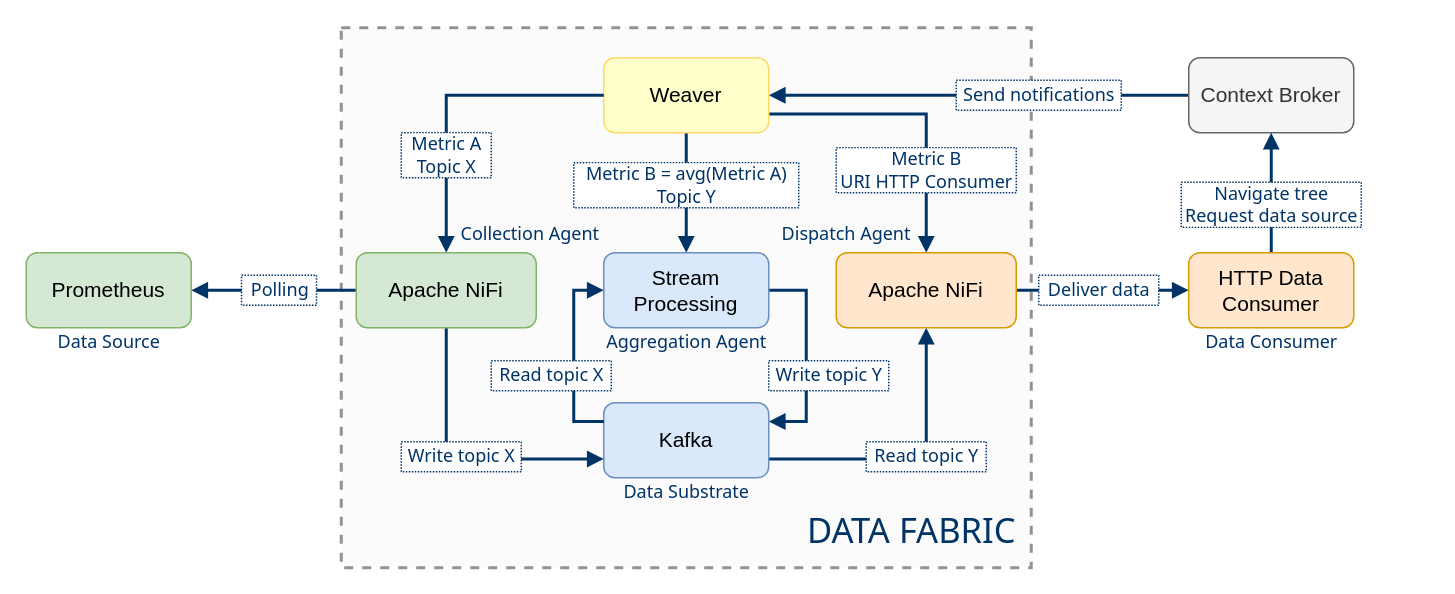
Above: page "data fabric example" (3 of 7) of docs/semantic aggregator.drawio in giros-dit/semantic-data-aggregator (draw.io), before the change. Source tidied: cells renumbered, new cells numbered last; positions are measured from the earlier drawing's top-left corner, leaving out a move shared by most shapes. Both pictures are drawn from the tidied source at 150%, with x=0, y=0 at pixel (26, 27).
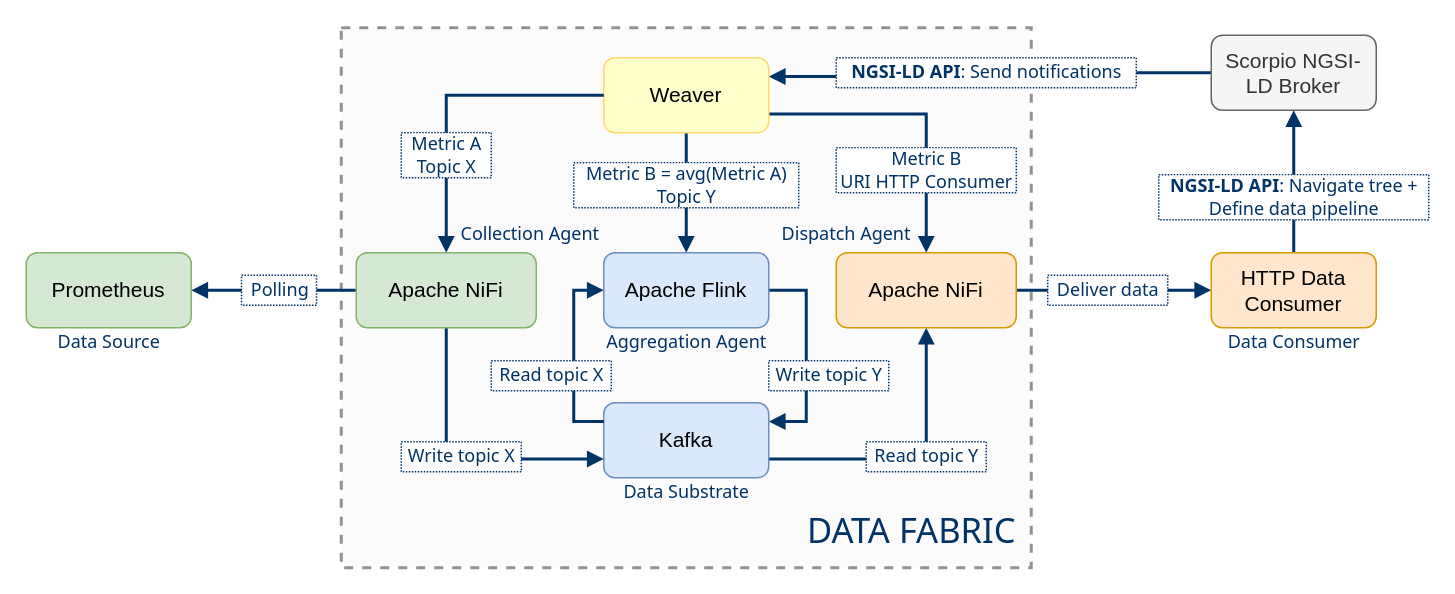
The same diagram, later.

Commit message (it also covers changes not shown here):
[S-23] Update data fabric diagrams for WP4

The change refers to these unchanged cells:
```xml
<mxCell id="12" value="Weaver" style="rounded=1;whiteSpace=wrap;html=1;fontFamily=Helvetica;fontSize=14;strokeColor=#FFD966;fillColor=#FFFFCC;" parent="1" vertex="1">
  <mxGeometry x="385" y="20" width="110" height="50" as="geometry" />
</mxCell>
```

The edit, as a diff of the source:
```diff
@@
-    <mxCell id="9" style="edgeStyle=orthogonalEdgeStyle;rounded=0;jettySize=auto;html=1;exitX=0;exitY=0.5;exitDx=0;exitDy=0;entryX=1;entryY=0.5;entryDx=0;entryDy=0;startArrow=none;startFill=0;endArrow=block;endFill=1;fontColor=#003366;strokeColor=#003366;strokeWidth=2;gradientColor=none;" parent="1" edge="1" source="13" target="12">
+    <mxCell id="9" style="edgeStyle=orthogonalEdgeStyle;rounded=0;jettySize=auto;html=1;exitX=0;exitY=0.5;exitDx=0;exitDy=0;entryX=1;entryY=0.25;entryDx=0;entryDy=0;startArrow=none;startFill=0;endArrow=block;endFill=1;fontColor=#003366;strokeColor=#003366;strokeWidth=2;gradientColor=none;" parent="1" edge="1" source="13" target="12">
       <mxGeometry relative="1" as="geometry" />
     </mxCell>
@@
-    <mxCell id="13" value="Context Broker" style="rounded=1;whiteSpace=wrap;html=1;fontFamily=Helvetica;fillColor=#f5f5f5;strokeColor=#666666;fontColor=#333333;fontSize=14;" parent="1" vertex="1">
-      <mxGeometry x="775" y="20" width="110" height="50" as="geometry" />
+    <mxCell id="13" value="Scorpio NGSI-LD Broker" style="rounded=1;whiteSpace=wrap;html=1;fontFamily=Helvetica;fillColor=#f5f5f5;strokeColor=#666666;fontColor=#333333;fontSize=14;" parent="1" vertex="1">
+      <mxGeometry x="790" y="5" width="110" height="50" as="geometry" />
     </mxCell>
@@
     <mxCell id="15" value="HTTP Data Consumer" style="rounded=1;whiteSpace=wrap;html=1;fontFamily=Helvetica;fillColor=#ffe6cc;strokeColor=#d79b00;fontSize=14;" parent="1" vertex="1">
-      <mxGeometry x="775" y="150" width="110" height="50" as="geometry" />
+      <mxGeometry x="790" y="150" width="110" height="50" as="geometry" />
     </mxCell>
@@
-    <mxCell id="21" value="Stream &lt;br style=&quot;font-size: 14px;&quot;&gt;Processing" style="rounded=1;whiteSpace=wrap;html=1;fontFamily=Helvetica;fillColor=#dae8fc;strokeColor=#6c8ebf;fontSize=14;" parent="1" vertex="1">
+    <mxCell id="21" value="Apache Flink" style="rounded=1;whiteSpace=wrap;html=1;fontFamily=Helvetica;fillColor=#dae8fc;strokeColor=#6c8ebf;fontSize=14;" parent="1" vertex="1">
       <mxGeometry x="385" y="150" width="110" height="50" as="geometry" />
     </mxCell>
@@
     <mxCell id="28" value="Data Consumer" style="text;html=1;align=center;verticalAlign=middle;fontSize=12;fontFamily=Tahoma;fontColor=#003366;" parent="1" vertex="1">
-      <mxGeometry x="780" y="200" width="100" height="20" as="geometry" />
+      <mxGeometry x="795" y="200" width="100" height="20" as="geometry" />
     </mxCell>
@@
     <mxCell id="35" value="&lt;font style=&quot;font-size: 12px&quot;&gt;Deliver data&lt;/font&gt;" style="text;html=1;align=center;verticalAlign=middle;rounded=0;fontSize=10;fontColor=#003366;strokeColor=#003366;strokeWidth=1;labelBackgroundColor=#ffffff;endFill=1;endArrow=block;startFill=0;startArrow=none;fillColor=#ffffff;dashed=1;dashPattern=1 1;fontFamily=Tahoma;" parent="1" vertex="1">
-      <mxGeometry x="675" y="165" width="80" height="20" as="geometry" />
+      <mxGeometry x="681" y="165" width="80" height="20" as="geometry" />
     </mxCell>
@@
-    <mxCell id="38" value="&lt;font style=&quot;font-size: 12px&quot;&gt;Navigate tree&lt;br&gt;Request data source&lt;br&gt;&lt;/font&gt;" style="text;html=1;align=center;verticalAlign=middle;rounded=0;fontSize=10;fontColor=#003366;strokeColor=#003366;strokeWidth=1;labelBackgroundColor=#ffffff;endFill=1;endArrow=block;startFill=0;startArrow=none;fillColor=#ffffff;dashed=1;dashPattern=1 1;fontFamily=Tahoma;" parent="1" vertex="1">
-      <mxGeometry x="770" y="103" width="120" height="30" as="geometry" />
+    <mxCell id="38" value="&lt;font style=&quot;font-size: 12px&quot;&gt;&lt;b&gt;NGSI-LD API&lt;/b&gt;: Navigate tree +&lt;br&gt;Define data pipeline&lt;br&gt;&lt;/font&gt;" style="text;html=1;align=center;verticalAlign=middle;rounded=0;fontSize=10;fontColor=#003366;strokeColor=#003366;strokeWidth=1;labelBackgroundColor=#ffffff;endFill=1;endArrow=block;startFill=0;startArrow=none;fillColor=#ffffff;dashed=1;dashPattern=1 1;fontFamily=Tahoma;" parent="1" vertex="1">
+      <mxGeometry x="755" y="98" width="180" height="30" as="geometry" />
     </mxCell>
-    <mxCell id="39" value="&lt;font style=&quot;font-size: 12px&quot;&gt;Send notifications&lt;br&gt;&lt;/font&gt;" style="text;html=1;align=center;verticalAlign=middle;rounded=0;fontSize=10;fontColor=#003366;strokeColor=#003366;strokeWidth=1;labelBackgroundColor=#ffffff;endFill=1;endArrow=block;startFill=0;startArrow=none;fillColor=#ffffff;dashed=1;dashPattern=1 1;fontFamily=Tahoma;" parent="1" vertex="1">
-      <mxGeometry x="620" y="35" width="110" height="20" as="geometry" />
+    <mxCell id="39" value="&lt;font style=&quot;font-size: 12px&quot;&gt;&lt;b&gt;NGSI-LD API&lt;/b&gt;: Send notifications&lt;br&gt;&lt;/font&gt;" style="text;html=1;align=center;verticalAlign=middle;rounded=0;fontSize=10;fontColor=#003366;strokeColor=#003366;strokeWidth=1;labelBackgroundColor=#ffffff;endFill=1;endArrow=block;startFill=0;startArrow=none;fillColor=#ffffff;dashed=1;dashPattern=1 1;fontFamily=Tahoma;" parent="1" vertex="1">
+      <mxGeometry x="540" y="20" width="200" height="20" as="geometry" />
     </mxCell>
```
